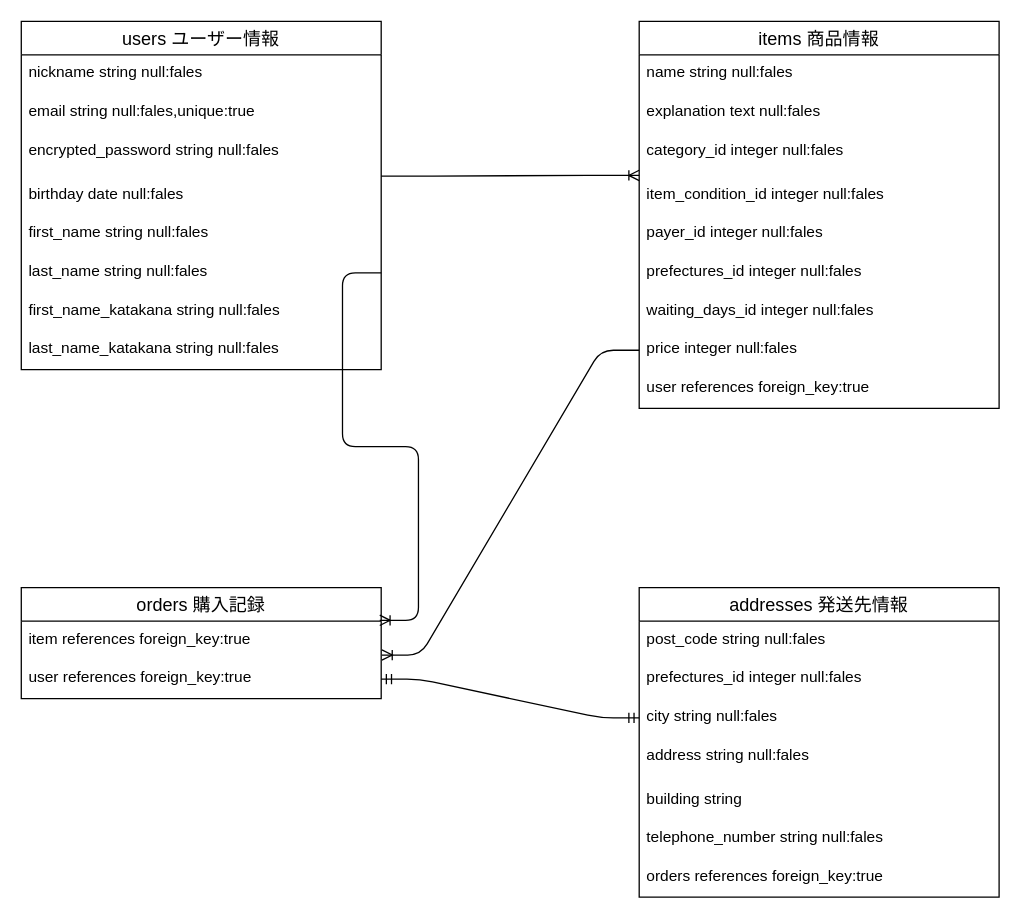
nikoniko00/furima-37873 keeps this draw.io diagram as furima.dio. Above is the earlier version. Source tidied: cells renumbered, new cells numbered last; positions are measured from the earlier drawing's top-left corner, leaving out a move shared by most shapes. Both pictures are drawn from the tidied source at 129%, with x=0, y=0 at pixel (21, 21).
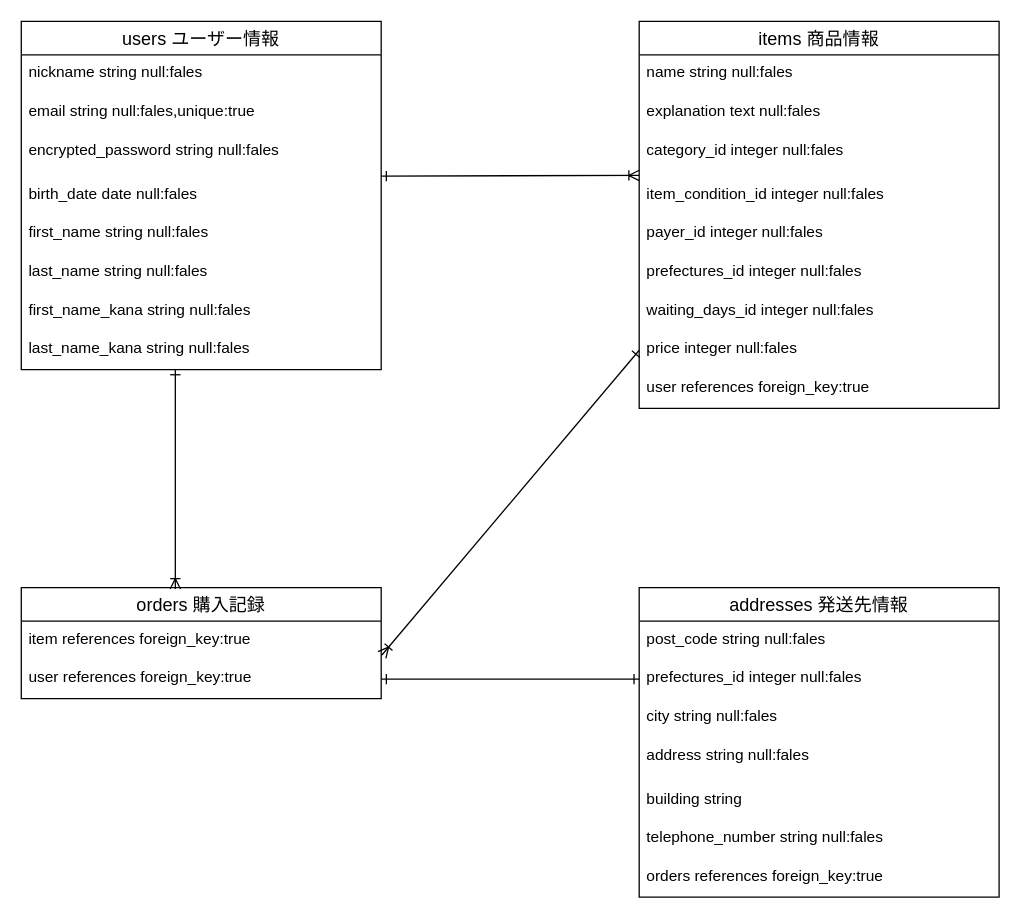
The same page after the edit.

Unchanged cells that the change refers to:
```xml
<mxCell id="2" value="users ユーザー情報" style="swimlane;fontStyle=0;horizontal=1;startSize=26;align=center;fontSize=14;" parent="1" vertex="1">
  <mxGeometry width="279" height="270" as="geometry" />
</mxCell>
<mxCell id="8" value="last_name string null:fales" style="text;strokeColor=none;fillColor=none;spacingLeft=4;spacingRight=4;overflow=hidden;points=[[0,0.5],[1,0.5]];portConstraint=eastwest;fontSize=12;" parent="2" vertex="1">
  <mxGeometry y="180" width="279" height="30" as="geometry" />
</mxCell>
<mxCell id="15" value="item_condition_id integer null:fales" style="text;strokeColor=none;fillColor=none;spacingLeft=4;spacingRight=4;overflow=hidden;points=[[0,0.5],[1,0.5]];portConstraint=eastwest;fontSize=12;" parent="11" vertex="1">
  <mxGeometry y="120" width="279" height="30" as="geometry" />
</mxCell>
<mxCell id="19" value="price integer null:fales" style="text;strokeColor=none;fillColor=none;spacingLeft=4;spacingRight=4;overflow=hidden;points=[[0,0.5],[1,0.5]];portConstraint=eastwest;fontSize=12;" parent="11" vertex="1">
  <mxGeometry y="240" width="279" height="30" as="geometry" />
</mxCell>
<mxCell id="23" value="prefectures_id integer null:fales" style="text;strokeColor=none;fillColor=none;spacingLeft=4;spacingRight=4;overflow=hidden;points=[[0,0.5],[1,0.5]];portConstraint=eastwest;fontSize=12;" parent="21" vertex="1">
  <mxGeometry y="56" width="279" height="30" as="geometry" />
</mxCell>
<mxCell id="24" value="city string null:fales" style="text;strokeColor=none;fillColor=none;spacingLeft=4;spacingRight=4;overflow=hidden;points=[[0,0.5],[1,0.5]];portConstraint=eastwest;fontSize=12;" parent="21" vertex="1">
  <mxGeometry y="86" width="279" height="30" as="geometry" />
</mxCell>
<mxCell id="29" value="orders 購入記録" style="swimlane;fontStyle=0;horizontal=1;startSize=26;align=center;fontSize=14;" parent="1" vertex="1">
  <mxGeometry y="439" width="279" height="86" as="geometry" />
</mxCell>
<mxCell id="30" value="item references foreign_key:true" style="text;strokeColor=none;fillColor=none;spacingLeft=4;spacingRight=4;overflow=hidden;points=[[0,0.5],[1,0.5]];portConstraint=eastwest;fontSize=12;" parent="29" vertex="1">
  <mxGeometry y="26" width="279" height="30" as="geometry" />
</mxCell>
<mxCell id="31" value="user references foreign_key:true" style="text;strokeColor=none;fillColor=none;spacingLeft=4;spacingRight=4;overflow=hidden;points=[[0,0.5],[1,0.5]];portConstraint=eastwest;fontSize=12;" parent="29" vertex="1">
  <mxGeometry y="56" width="279" height="30" as="geometry" />
</mxCell>
```

Diff of the diagram source:
```diff
@@
-    <mxCell id="6" value="birthday date null:fales" style="text;strokeColor=none;fillColor=none;spacingLeft=4;spacingRight=4;overflow=hidden;fontSize=12;" parent="2" vertex="1">
+    <mxCell id="6" value="birth_date date null:fales" style="text;strokeColor=none;fillColor=none;spacingLeft=4;spacingRight=4;overflow=hidden;fontSize=12;" parent="2" vertex="1">
       <mxGeometry y="120" width="279" height="30" as="geometry" />
     </mxCell>
@@
-    <mxCell id="9" value="first_name_katakana string null:fales" style="text;strokeColor=none;fillColor=none;spacingLeft=4;spacingRight=4;overflow=hidden;fontSize=12;" parent="2" vertex="1">
+    <mxCell id="9" value="first_name_kana string null:fales" style="text;strokeColor=none;fillColor=none;spacingLeft=4;spacingRight=4;overflow=hidden;fontSize=12;" parent="2" vertex="1">
       <mxGeometry y="210" width="279" height="30" as="geometry" />
     </mxCell>
-    <mxCell id="10" value="last_name_katakana string null:fales" style="text;strokeColor=none;fillColor=none;spacingLeft=4;spacingRight=4;overflow=hidden;points=[[0,0.5],[1,0.5]];portConstraint=eastwest;fontSize=12;" parent="2" vertex="1">
+    <mxCell id="10" value="last_name_kana string null:fales" style="text;strokeColor=none;fillColor=none;spacingLeft=4;spacingRight=4;overflow=hidden;points=[[0,0.5],[1,0.5]];portConstraint=eastwest;fontSize=12;" parent="2" vertex="1">
       <mxGeometry y="240" width="279" height="30" as="geometry" />
     </mxCell>
@@
-    <mxCell id="32" style="edgeStyle=entityRelationEdgeStyle;fontSize=12;html=1;endArrow=ERoneToMany;entryX=0;entryY=-0.017;entryDx=0;entryDy=0;entryPerimeter=0;" parent="1" edge="1" target="15">
+    <mxCell id="32" style="fontSize=12;html=1;endArrow=ERoneToMany;entryX=0;entryY=-0.017;entryDx=0;entryDy=0;entryPerimeter=0;startArrow=ERone;startFill=0;" parent="1" edge="1" target="15">
       <mxGeometry relative="1" as="geometry">
         <mxPoint x="279" y="120" as="sourcePoint" />
       </mxGeometry>
     </mxCell>
-    <mxCell id="33" style="edgeStyle=entityRelationEdgeStyle;fontSize=12;html=1;endArrow=ERoneToMany;entryX=0.996;entryY=-0.021;entryDx=0;entryDy=0;exitX=1;exitY=0.5;exitDx=0;exitDy=0;entryPerimeter=0;" parent="1" edge="1" source="8" target="30">
+    <mxCell id="33" style="fontSize=12;html=1;endArrow=ERoneToMany;entryX=0.428;entryY=0.012;entryDx=0;entryDy=0;exitX=0.428;exitY=1;exitDx=0;exitDy=0;entryPerimeter=0;startArrow=ERone;startFill=0;rounded=1;exitPerimeter=0;" parent="1" edge="1" source="10" target="29">
       <mxGeometry relative="1" as="geometry" />
     </mxCell>
-    <mxCell id="34" style="edgeStyle=entityRelationEdgeStyle;fontSize=12;html=1;endArrow=ERoneToMany;exitX=0;exitY=0.5;exitDx=0;exitDy=0;entryX=1.002;entryY=0.876;entryDx=0;entryDy=0;entryPerimeter=0;" parent="1" edge="1" source="19" target="30">
+    <mxCell id="34" style="fontSize=12;html=1;endArrow=ERoneToMany;exitX=0;exitY=0.5;exitDx=0;exitDy=0;entryX=1.002;entryY=0.876;entryDx=0;entryDy=0;entryPerimeter=0;startArrow=ERone;startFill=0;" parent="1" edge="1" source="19" target="30">
       <mxGeometry relative="1" as="geometry" />
     </mxCell>
-    <mxCell id="35" style="edgeStyle=entityRelationEdgeStyle;fontSize=12;html=1;endArrow=ERmandOne;startArrow=ERmandOne;exitX=1;exitY=0.5;exitDx=0;exitDy=0;" parent="1" edge="1" source="31" target="24">
+    <mxCell id="35" style="fontSize=12;html=1;endArrow=ERone;startArrow=ERone;exitX=1;exitY=0.5;exitDx=0;exitDy=0;startFill=0;endFill=0;entryX=0;entryY=0.5;entryDx=0;entryDy=0;" parent="1" edge="1" source="31" target="23">
       <mxGeometry relative="1" as="geometry" />
     </mxCell>
```
